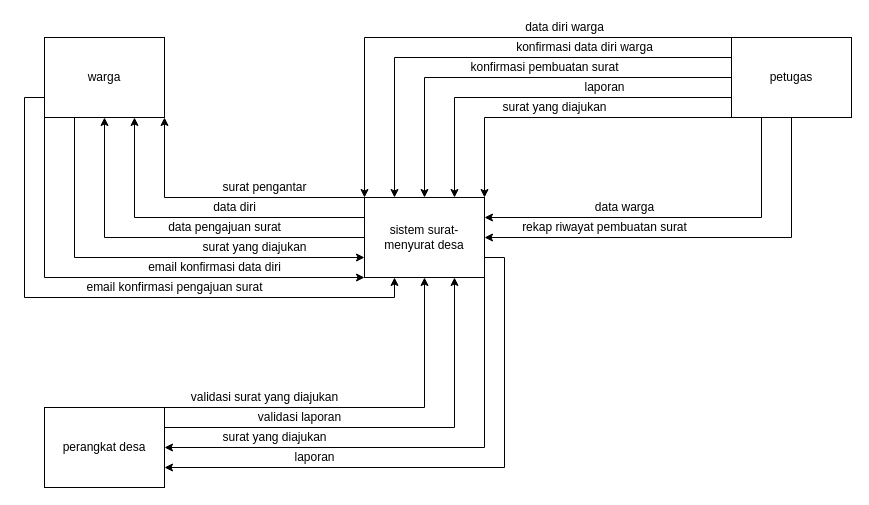
novianh/desain-dan-analis-sistem keeps this draw.io diagram as page "DCD" (6 of 7) of state Diagram.drawio. Above is the earlier version. Source tidied: cells renumbered, new cells numbered last; positions are measured from the earlier drawing's top-left corner, leaving out a move shared by most shapes. Both pictures are drawn from the tidied source at 100%, with x=0, y=0 at pixel (44, 17).
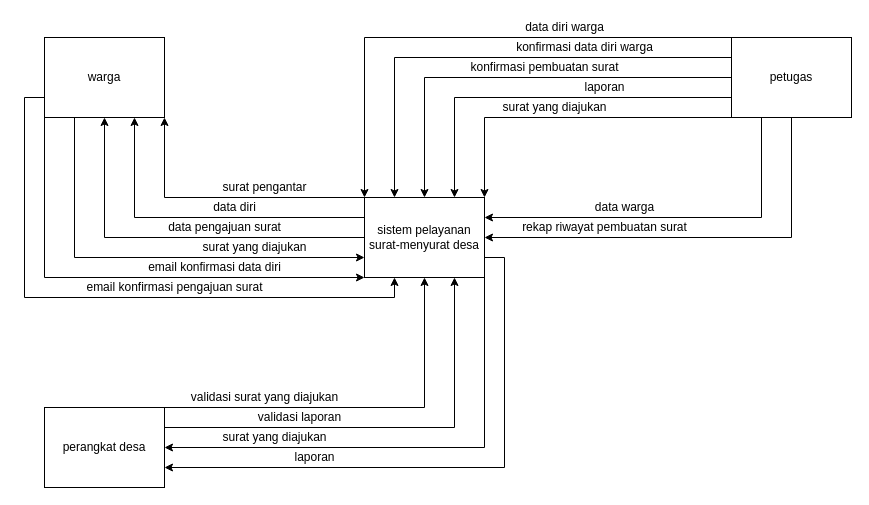
Above is the later version.

Change to the diagram source:
```diff
@@
-    <mxCell id="22" value="sistem surat-menyurat desa" style="rounded=0;whiteSpace=wrap;html=1;" parent="1" vertex="1">
+    <mxCell id="22" value="sistem pelayanan surat-menyurat desa" style="rounded=0;whiteSpace=wrap;html=1;" parent="1" vertex="1">
       <mxGeometry x="320" y="180" width="120" height="80" as="geometry" />
     </mxCell>
```
